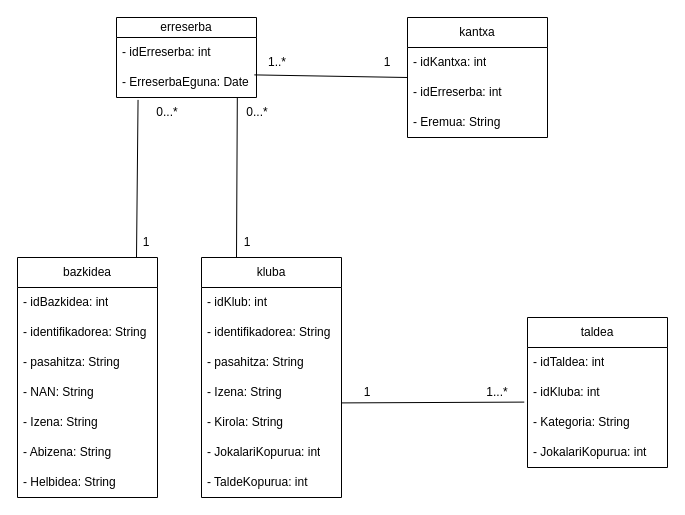
iguisado228/3Erronka keeps this draw.io diagram as C#/Diagramak/C_KlaseDiagrama.drawio. Above is the earlier version. Source tidied: cells renumbered, new cells numbered last; positions are measured from the earlier drawing's top-left corner, leaving out a move shared by most shapes. Both pictures are drawn from the tidied source at 100%, with x=0, y=0 at pixel (17, 17).
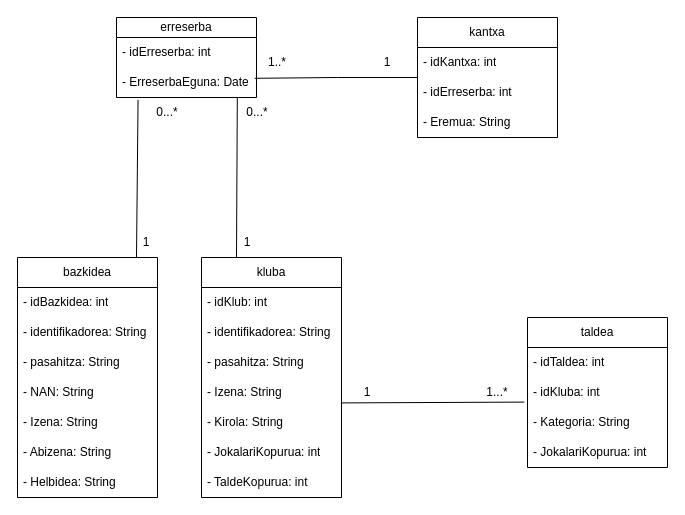
After the change.

The change refers to these unchanged cells:
```xml
<mxCell id="23" value="- idErreserba: int" style="text;strokeColor=none;fillColor=none;align=left;verticalAlign=middle;spacingLeft=4;spacingRight=4;overflow=hidden;points=[[0,0.5],[1,0.5]];portConstraint=eastwest;whiteSpace=wrap;html=1;" parent="21" vertex="1">
  <mxGeometry y="60" width="140" height="30" as="geometry" />
</mxCell>
<mxCell id="37" value="1..*" style="text;html=1;align=center;verticalAlign=middle;whiteSpace=wrap;rounded=0;" parent="1" vertex="1">
  <mxGeometry x="230" y="30" width="60" height="30" as="geometry" />
</mxCell>
```

Change to the diagram source:
```diff
@@
     <mxCell id="21" value="kantxa" style="swimlane;fontStyle=0;horizontal=1;startSize=30;whiteSpace=wrap;html=1;" parent="1" vertex="1">
-      <mxGeometry x="390" width="140" height="120" as="geometry" />
+      <mxGeometry x="400" width="140" height="120" as="geometry" />
     </mxCell>
@@
-    <mxCell id="36" style="endArrow=none;html=1;rounded=0;entryX=0;entryY=0;entryDx=0;entryDy=0;entryPerimeter=0;exitX=0.984;exitY=0.247;exitDx=0;exitDy=0;exitPerimeter=0;" parent="1" edge="1" target="23">
+    <mxCell id="36" style="endArrow=none;html=1;rounded=0;entryX=0;entryY=0;entryDx=0;entryDy=0;entryPerimeter=0;exitX=0.12;exitY=1.027;exitDx=0;exitDy=0;exitPerimeter=0;" parent="1" edge="1" source="37" target="23">
       <mxGeometry relative="1" as="geometry">
-        <mxPoint x="236.8" y="57.4" as="sourcePoint" />
+        <Array as="points">
+          <mxPoint x="320" y="60" />
+        </Array>
       </mxGeometry>
     </mxCell>
```
